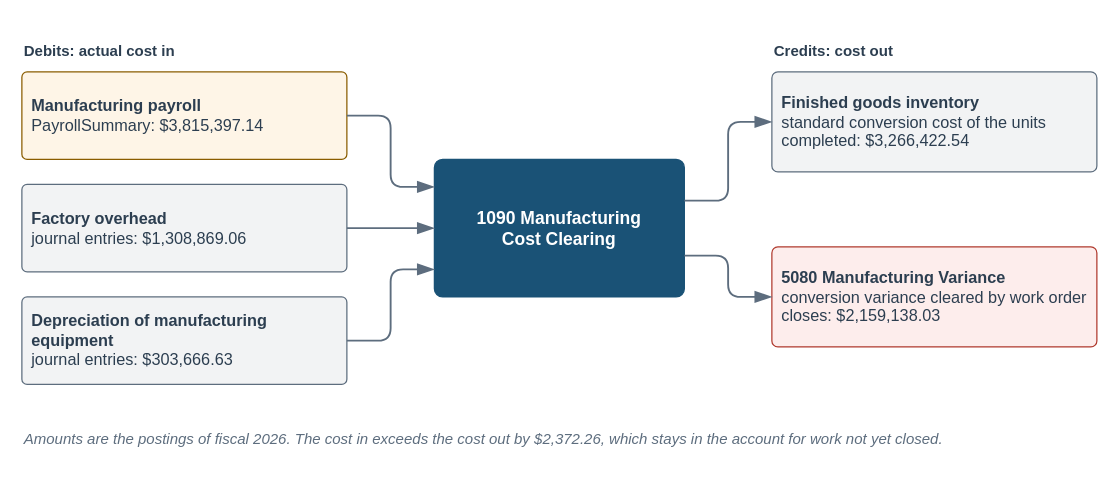
The draw.io diagram visuals/src/fig-10-07-conversion-cost-flow.drawio in mmcodesso/Accounting_Analytics_Book, before the edit. Source tidied: cells renumbered, new cells numbered last; positions are measured from the earlier drawing's top-left corner, leaving out a move shared by most shapes. Both pictures are drawn from the tidied source at 125%, with x=0, y=0 at pixel (21, 21).
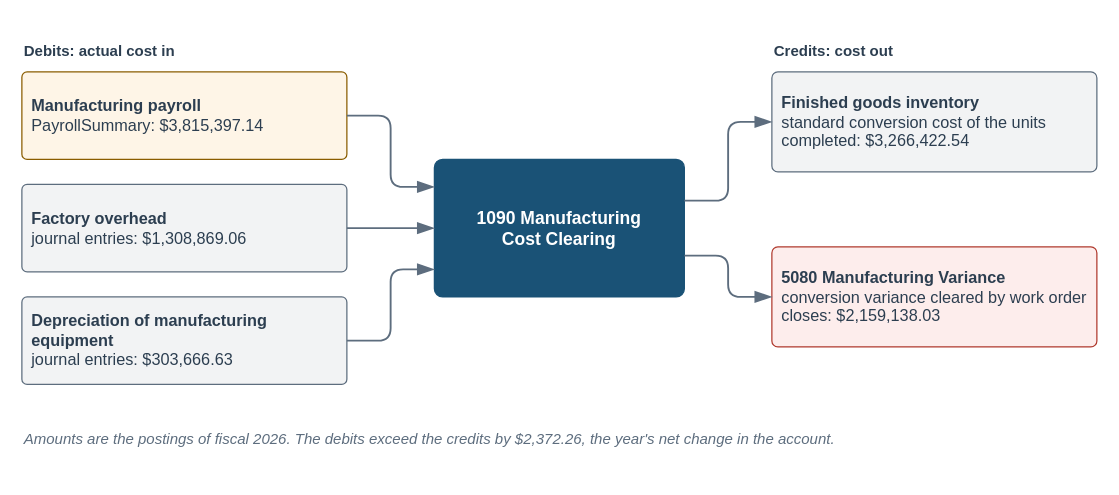
The same page after the edit.

Diff of the diagram source:
```diff
@@
 <mxGraphModel background="#FFFFFF">
   <root>
     <mxCell id="0" />
     <mxCell id="1" parent="0" />
     <mxCell id="2" style="rounded=0;html=1;fillColor=none;strokeColor=none;" parent="1" vertex="1">
       <mxGeometry width="860" height="362" as="geometry" />
     </mxCell>
     <mxCell id="3" value="&lt;b&gt;1090 Manufacturing&lt;br&gt;Cost Clearing&lt;/b&gt;" style="rounded=1;arcSize=6;whiteSpace=wrap;html=1;fillColor=#1A5276;strokeColor=#1A5276;strokeWidth=1;fontColor=#FFFFFF;fontSize=14;fontStyle=0;align=center;verticalAlign=middle;fontFamily=Helvetica;spacingLeft=6;spacingRight=6;" parent="1" vertex="1">
       <mxGeometry x="330" y="110" width="200" height="110" as="geometry" />
     </mxCell>
     <mxCell id="4" value="&lt;b&gt;Manufacturing payroll&lt;/b&gt;&lt;br&gt;PayrollSummary: $3,815,397.14" style="rounded=1;arcSize=6;whiteSpace=wrap;html=1;fillColor=#FEF5E7;strokeColor=#8A5D00;strokeWidth=1;fontColor=#2C3E50;fontSize=13;fontStyle=0;align=left;verticalAlign=middle;fontFamily=Helvetica;spacingLeft=6;spacingRight=6;" parent="1" vertex="1">
       <mxGeometry y="40" width="260" height="70" as="geometry" />
     </mxCell>
     <mxCell id="5" style="edgeStyle=orthogonalEdgeStyle;rounded=1;html=1;startArrow=none;endArrow=blockThin;startFill=0;endFill=1;startSize=10;endSize=10;strokeColor=#5D6D7E;strokeWidth=1.5;fontSize=12;fontColor=#2C3E50;fontFamily=Helvetica;labelBackgroundColor=#FFFFFF;exitX=1;exitY=0.5;exitDx=0;exitDy=0;entryX=0;entryY=0.2;entryDx=0;entryDy=0;" parent="1" edge="1" source="4" target="3">
       <mxGeometry relative="1" as="geometry" />
     </mxCell>
     <mxCell id="6" value="&lt;b&gt;Factory overhead&lt;/b&gt;&lt;br&gt;journal entries: $1,308,869.06" style="rounded=1;arcSize=6;whiteSpace=wrap;html=1;fillColor=#F2F3F4;strokeColor=#5D6D7E;strokeWidth=1;fontColor=#2C3E50;fontSize=13;fontStyle=0;align=left;verticalAlign=middle;fontFamily=Helvetica;spacingLeft=6;spacingRight=6;" parent="1" vertex="1">
       <mxGeometry y="130" width="260" height="70" as="geometry" />
     </mxCell>
     <mxCell id="7" style="edgeStyle=orthogonalEdgeStyle;rounded=1;html=1;startArrow=none;endArrow=blockThin;startFill=0;endFill=1;startSize=10;endSize=10;strokeColor=#5D6D7E;strokeWidth=1.5;fontSize=12;fontColor=#2C3E50;fontFamily=Helvetica;labelBackgroundColor=#FFFFFF;exitX=1;exitY=0.5;exitDx=0;exitDy=0;entryX=0;entryY=0.5;entryDx=0;entryDy=0;" parent="1" edge="1" source="6" target="3">
       <mxGeometry relative="1" as="geometry" />
     </mxCell>
     <mxCell id="8" value="&lt;b&gt;Depreciation of manufacturing equipment&lt;/b&gt;&lt;br&gt;journal entries: $303,666.63" style="rounded=1;arcSize=6;whiteSpace=wrap;html=1;fillColor=#F2F3F4;strokeColor=#5D6D7E;strokeWidth=1;fontColor=#2C3E50;fontSize=13;fontStyle=0;align=left;verticalAlign=middle;fontFamily=Helvetica;spacingLeft=6;spacingRight=6;" parent="1" vertex="1">
       <mxGeometry y="220" width="260" height="70" as="geometry" />
     </mxCell>
     <mxCell id="9" style="edgeStyle=orthogonalEdgeStyle;rounded=1;html=1;startArrow=none;endArrow=blockThin;startFill=0;endFill=1;startSize=10;endSize=10;strokeColor=#5D6D7E;strokeWidth=1.5;fontSize=12;fontColor=#2C3E50;fontFamily=Helvetica;labelBackgroundColor=#FFFFFF;exitX=1;exitY=0.5;exitDx=0;exitDy=0;entryX=0;entryY=0.8;entryDx=0;entryDy=0;" parent="1" edge="1" source="8" target="3">
       <mxGeometry relative="1" as="geometry" />
     </mxCell>
     <mxCell id="10" value="&lt;b&gt;Finished goods inventory&lt;/b&gt;&lt;br&gt;standard conversion cost of the units completed: $3,266,422.54" style="rounded=1;arcSize=6;whiteSpace=wrap;html=1;fillColor=#F2F3F4;strokeColor=#5D6D7E;strokeWidth=1;fontColor=#2C3E50;fontSize=13;fontStyle=0;align=left;verticalAlign=middle;fontFamily=Helvetica;spacingLeft=6;spacingRight=6;" parent="1" vertex="1">
       <mxGeometry x="600" y="40" width="260" height="80" as="geometry" />
     </mxCell>
     <mxCell id="11" value="&lt;b&gt;5080 Manufacturing Variance&lt;/b&gt;&lt;br&gt;conversion variance cleared by work order closes: $2,159,138.03" style="rounded=1;arcSize=6;whiteSpace=wrap;html=1;fillColor=#FDEDEC;strokeColor=#B03A2E;strokeWidth=1;fontColor=#2C3E50;fontSize=13;fontStyle=0;align=left;verticalAlign=middle;fontFamily=Helvetica;spacingLeft=6;spacingRight=6;" parent="1" vertex="1">
       <mxGeometry x="600" y="180" width="260" height="80" as="geometry" />
     </mxCell>
     <mxCell id="12" style="edgeStyle=orthogonalEdgeStyle;rounded=1;html=1;startArrow=none;endArrow=blockThin;startFill=0;endFill=1;startSize=10;endSize=10;strokeColor=#5D6D7E;strokeWidth=1.5;fontSize=12;fontColor=#2C3E50;fontFamily=Helvetica;labelBackgroundColor=#FFFFFF;exitX=1;exitY=0.3;exitDx=0;exitDy=0;entryX=0;entryY=0.5;entryDx=0;entryDy=0;" parent="1" edge="1" source="3" target="10">
       <mxGeometry relative="1" as="geometry" />
     </mxCell>
     <mxCell id="13" style="edgeStyle=orthogonalEdgeStyle;rounded=1;html=1;startArrow=none;endArrow=blockThin;startFill=0;endFill=1;startSize=10;endSize=10;strokeColor=#5D6D7E;strokeWidth=1.5;fontSize=12;fontColor=#2C3E50;fontFamily=Helvetica;labelBackgroundColor=#FFFFFF;exitX=1;exitY=0.7;exitDx=0;exitDy=0;entryX=0;entryY=0.5;entryDx=0;entryDy=0;" parent="1" edge="1" source="3" target="11">
       <mxGeometry relative="1" as="geometry" />
     </mxCell>
     <mxCell id="14" value="&lt;b&gt;Debits: actual cost in&lt;/b&gt;" style="text;html=1;whiteSpace=wrap;align=left;verticalAlign=top;fontSize=12;fontColor=#2C3E50;fontStyle=0;fontFamily=Helvetica;spacing=2;fillColor=none;strokeColor=none;" parent="1" vertex="1">
       <mxGeometry y="10" width="260" height="22" as="geometry" />
     </mxCell>
     <mxCell id="15" value="&lt;b&gt;Credits: cost out&lt;/b&gt;" style="text;html=1;whiteSpace=wrap;align=left;verticalAlign=top;fontSize=12;fontColor=#2C3E50;fontStyle=0;fontFamily=Helvetica;spacing=2;fillColor=none;strokeColor=none;" parent="1" vertex="1">
       <mxGeometry x="600" y="10" width="260" height="22" as="geometry" />
     </mxCell>
-    <mxCell id="16" value="&lt;i&gt;Amounts are the postings of fiscal 2026. The cost in exceeds the cost out by $2,372.26, which stays in the account for work not yet closed.&lt;/i&gt;" style="text;html=1;whiteSpace=wrap;align=left;verticalAlign=top;fontSize=12;fontColor=#5D6D7E;fontStyle=0;fontFamily=Helvetica;spacing=2;fillColor=none;strokeColor=none;" parent="1" vertex="1">
+    <mxCell id="16" value="&lt;i&gt;Amounts are the postings of fiscal 2026. The debits exceed the credits by $2,372.26, the year's net change in the account.&lt;/i&gt;" style="text;html=1;whiteSpace=wrap;align=left;verticalAlign=top;fontSize=12;fontColor=#5D6D7E;fontStyle=0;fontFamily=Helvetica;spacing=2;fillColor=none;strokeColor=none;" parent="1" vertex="1">
       <mxGeometry y="320" width="860" height="40" as="geometry" />
     </mxCell>
   </root>
 </mxGraphModel>
```
